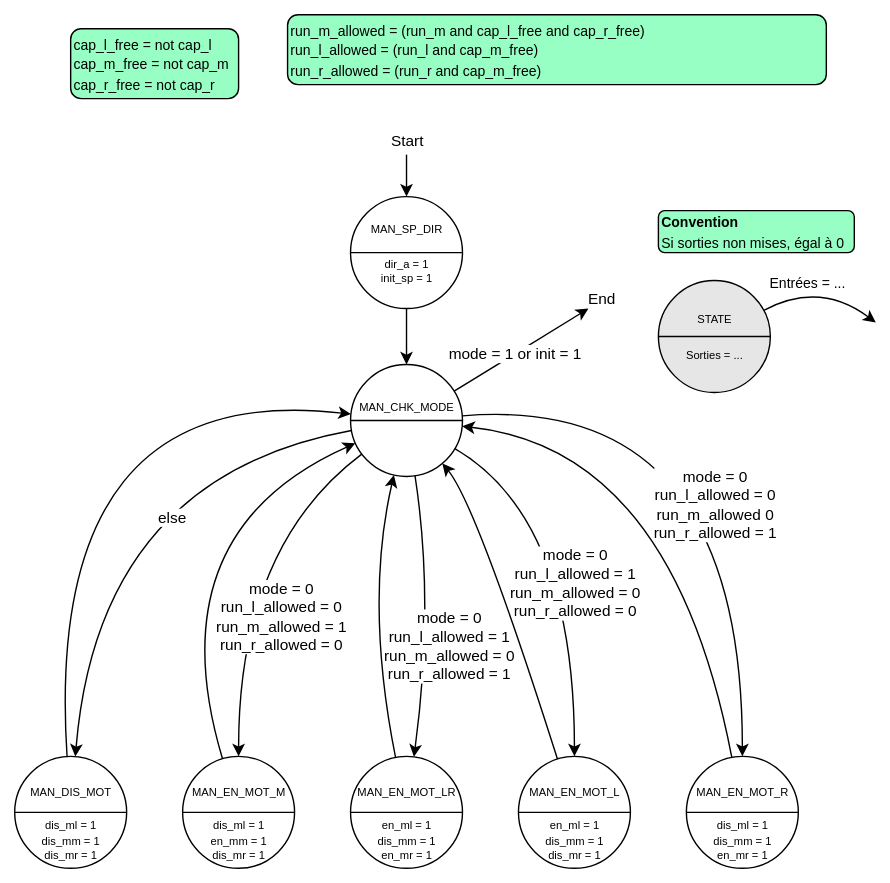
This is doc/images/state_manual_sequence.svg from Schokiiiiiiii/csn26, a draw.io export, as it was before one commit. Source tidied: cells renumbered, new cells last; positions are measured from the earlier drawing's top-left corner, leaving out a move shared by most shapes.
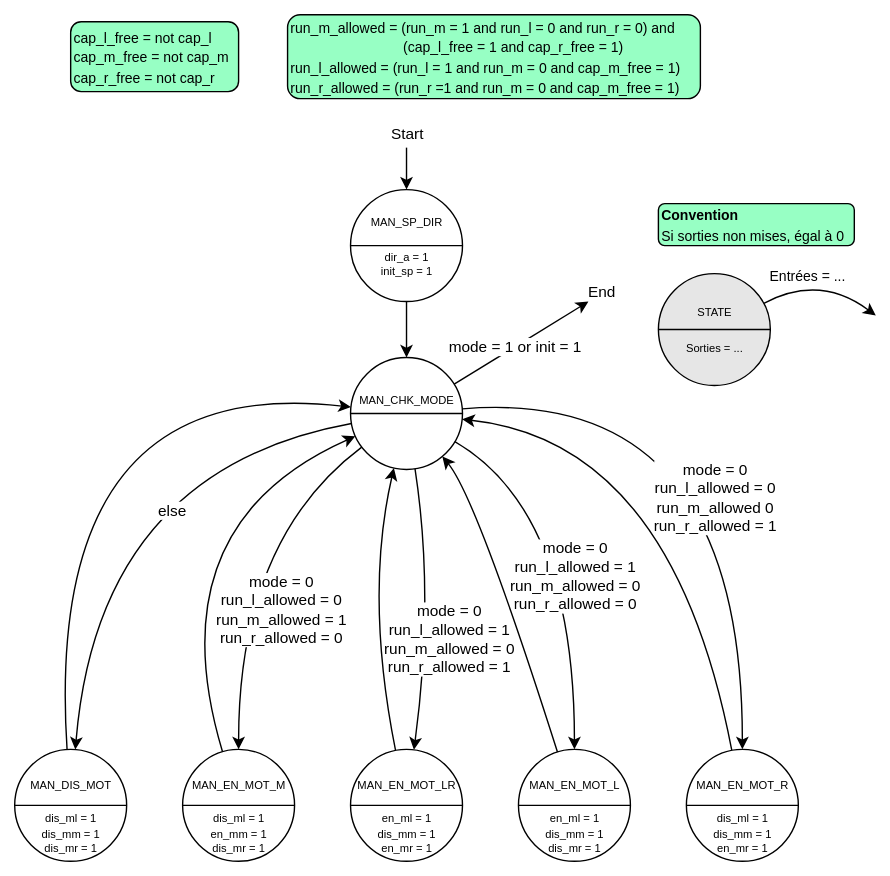
Above is the later version.

The edit, as a diff of the source:
```diff
@@ -190,8 +190,8 @@
         </Array>
       </mxGeometry>
     </mxCell>
-    <mxCell id="43" value="&lt;span style=&quot;font-size: 10px;&quot;&gt;run_m_allowed = (run_m and cap_l_free and cap_r_free)&lt;/span&gt;&lt;div&gt;&lt;span style=&quot;font-size: 10px;&quot;&gt;run_l_allowed = (run_l and cap_m_free)&lt;/span&gt;&lt;/div&gt;&lt;div&gt;&lt;span style=&quot;font-size: 10px;&quot;&gt;run_r_allowed = (run_r and cap_m_free)&lt;br&gt;&lt;/span&gt;&lt;/div&gt;" style="rounded=1;whiteSpace=wrap;html=1;align=left;fillColor=#97FFC4;" parent="1" vertex="1">
-      <mxGeometry x="195" width="385" height="50" as="geometry" />
+    <mxCell id="43" value="&lt;span style=&quot;font-size: 10px;&quot;&gt;run_m_allowed = (run_m = 1 and run_l = 0 and run_r = 0) and&amp;nbsp;&lt;/span&gt;&lt;div&gt;&lt;span style=&quot;font-size: 10px;&quot;&gt;&amp;nbsp; &amp;nbsp; &amp;nbsp; &amp;nbsp; &amp;nbsp; &amp;nbsp; &amp;nbsp; &amp;nbsp; &amp;nbsp; &amp;nbsp; &amp;nbsp; &amp;nbsp; &amp;nbsp; &amp;nbsp; &amp;nbsp;(cap_l_free = 1 and cap_r_free = 1)&lt;/span&gt;&lt;div&gt;&lt;span style=&quot;font-size: 10px;&quot;&gt;run_l_allowed = (run_l = 1 and run_m = 0 and cap_m_free = 1)&lt;/span&gt;&lt;/div&gt;&lt;div&gt;&lt;span style=&quot;font-size: 10px;&quot;&gt;run_r_allowed = (run_r =1 and run_m = 0 and cap_m_free = 1)&lt;br&gt;&lt;/span&gt;&lt;/div&gt;&lt;/div&gt;" style="rounded=1;whiteSpace=wrap;html=1;align=left;fillColor=#97FFC4;" parent="1" vertex="1">
+      <mxGeometry x="195" y="5" width="295" height="60" as="geometry" />
     </mxCell>
   </root>
 </mxGraphModel>
```
